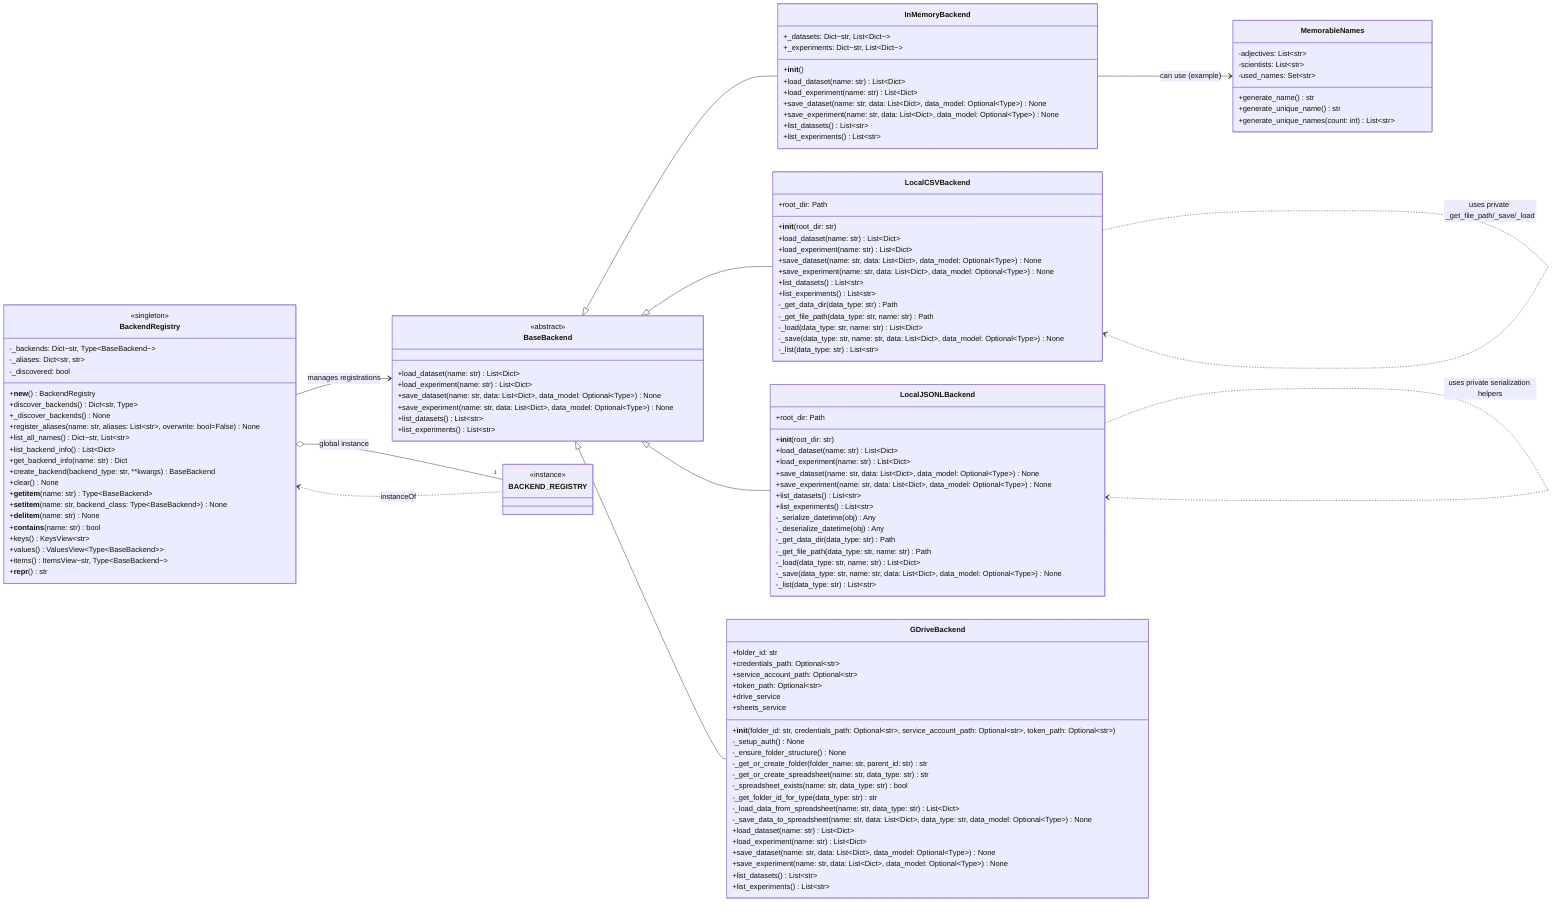
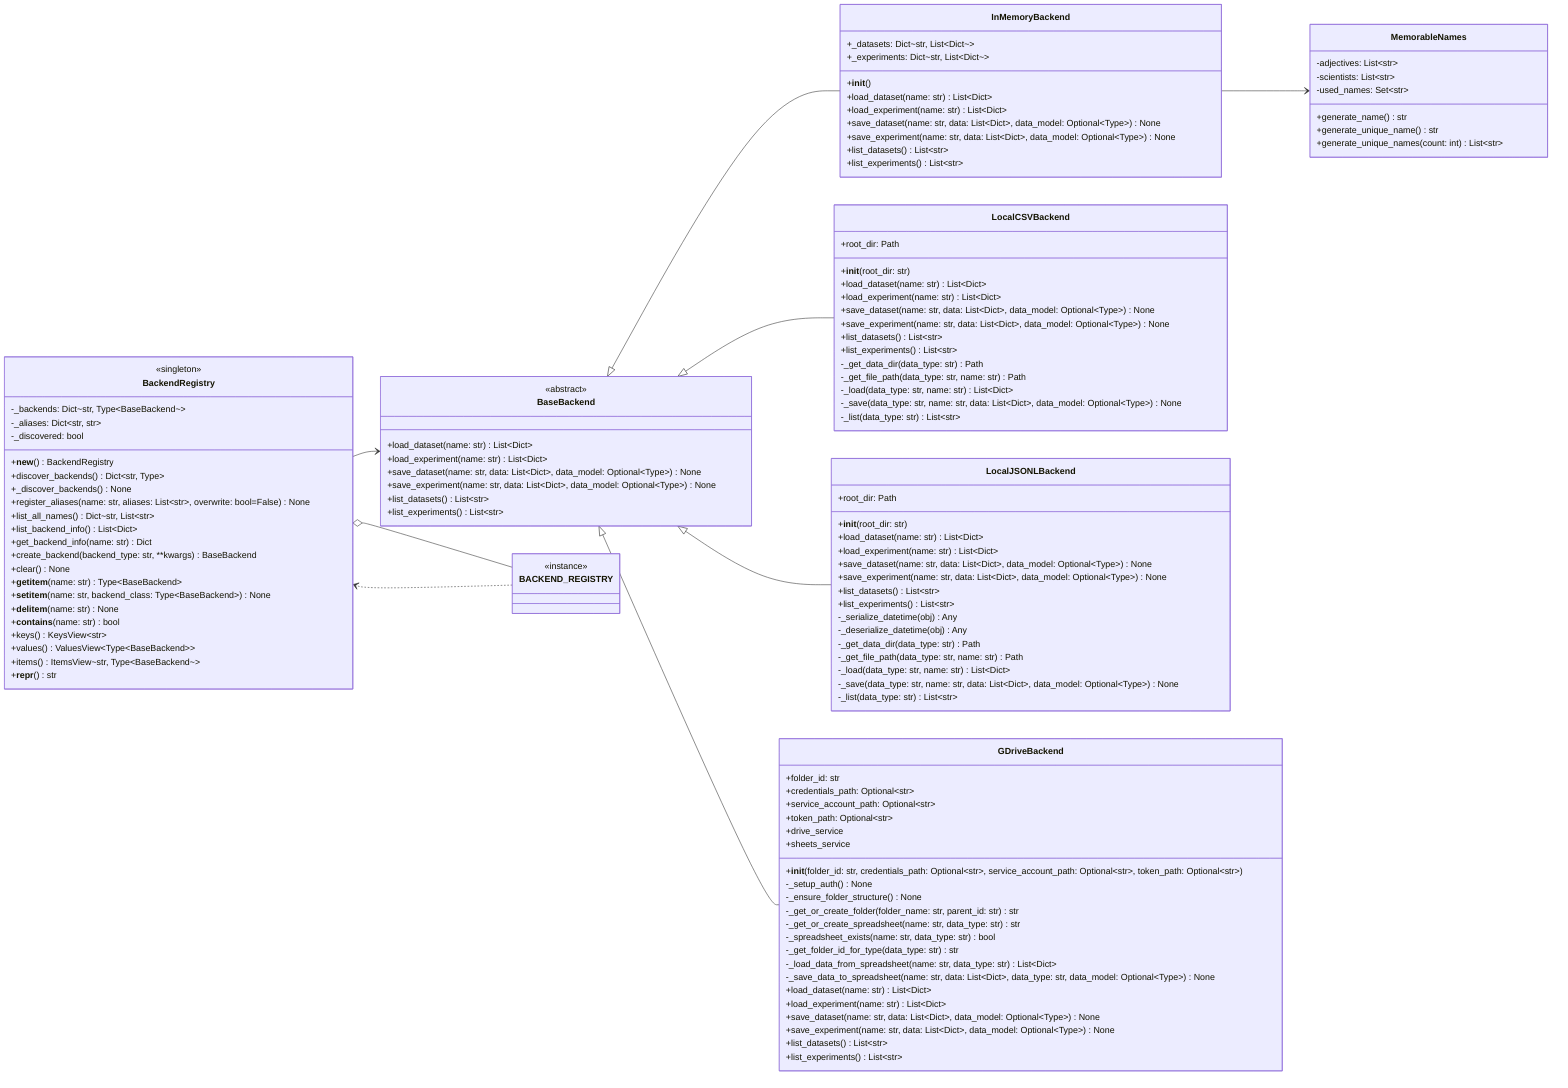
classDiagram
direction LR

%% === Classes ===
class BaseBackend {
  <<abstract>>
  +load_dataset(name: str) List~Dict~
  +load_experiment(name: str) List~Dict~
  +save_dataset(name: str, data: List~Dict~, data_model: Optional~Type~) None
  +save_experiment(name: str, data: List~Dict~, data_model: Optional~Type~) None
  +list_datasets() List~str~
  +list_experiments() List~str~
}

class InMemoryBackend {
  +_datasets: Dict~str, List~Dict~~
  +_experiments: Dict~str, List~Dict~~
  +__init__()
  +load_dataset(name: str) List~Dict~
  +load_experiment(name: str) List~Dict~
  +save_dataset(name: str, data: List~Dict~, data_model: Optional~Type~) None
  +save_experiment(name: str, data: List~Dict~, data_model: Optional~Type~) None
  +list_datasets() List~str~
  +list_experiments() List~str~
}

class LocalCSVBackend {
  +root_dir: Path
  +__init__(root_dir: str)
  +load_dataset(name: str) List~Dict~
  +load_experiment(name: str) List~Dict~
  +save_dataset(name: str, data: List~Dict~, data_model: Optional~Type~) None
  +save_experiment(name: str, data: List~Dict~, data_model: Optional~Type~) None
  +list_datasets() List~str~
  +list_experiments() List~str~
  -_get_data_dir(data_type: str) Path
  -_get_file_path(data_type: str, name: str) Path
  -_load(data_type: str, name: str) List~Dict~
  -_save(data_type: str, name: str, data: List~Dict~, data_model: Optional~Type~) None
  -_list(data_type: str) List~str~
}

class LocalJSONLBackend {
  +root_dir: Path
  +__init__(root_dir: str)
  +load_dataset(name: str) List~Dict~
  +load_experiment(name: str) List~Dict~
  +save_dataset(name: str, data: List~Dict~, data_model: Optional~Type~) None
  +save_experiment(name: str, data: List~Dict~, data_model: Optional~Type~) None
  +list_datasets() List~str~
  +list_experiments() List~str~
  -_serialize_datetime(obj) Any
  -_deserialize_datetime(obj) Any
  -_get_data_dir(data_type: str) Path
  -_get_file_path(data_type: str, name: str) Path
  -_load(data_type: str, name: str) List~Dict~
  -_save(data_type: str, name: str, data: List~Dict~, data_model: Optional~Type~) None
  -_list(data_type: str) List~str~
}

class GDriveBackend {
  +folder_id: str
  +credentials_path: Optional~str~
  +service_account_path: Optional~str~
  +token_path: Optional~str~
  +drive_service
  +sheets_service
  +__init__(folder_id: str, credentials_path: Optional~str~, service_account_path: Optional~str~, token_path: Optional~str~)
  -_setup_auth() None
  -_ensure_folder_structure() None
  -_get_or_create_folder(folder_name: str, parent_id: str) str
  -_get_or_create_spreadsheet(name: str, data_type: str) str
  -_spreadsheet_exists(name: str, data_type: str) bool
  -_get_folder_id_for_type(data_type: str) str
  -_load_data_from_spreadsheet(name: str, data_type: str) List~Dict~
  -_save_data_to_spreadsheet(name: str, data: List~Dict~, data_type: str, data_model: Optional~Type~) None
  +load_dataset(name: str) List~Dict~
  +load_experiment(name: str) List~Dict~
  +save_dataset(name: str, data: List~Dict~, data_model: Optional~Type~) None
  +save_experiment(name: str, data: List~Dict~, data_model: Optional~Type~) None
  +list_datasets() List~str~
  +list_experiments() List~str~
}

class BackendRegistry {
  <<singleton>>
  -_backends: Dict~str, Type~BaseBackend~~
  -_aliases: Dict~str, str~
  -_discovered: bool
  +__new__() BackendRegistry
  +discover_backends() Dict~str, Type~
  +_discover_backends() None
  +register_aliases(name: str, aliases: List~str~, overwrite: bool=False) None
  +list_all_names() Dict~str, List~str~
  +list_backend_info() List~Dict~
  +get_backend_info(name: str) Dict
  +create_backend(backend_type: str, **kwargs) BaseBackend
  +clear() None
  +__getitem__(name: str) Type~BaseBackend~
  +__setitem__(name: str, backend_class: Type~BaseBackend~) None
  +__delitem__(name: str) None
  +__contains__(name: str) bool
  +keys() KeysView~str~
  +values() ValuesView~Type~BaseBackend~~
  +items() ItemsView~str, Type~BaseBackend~~
  +__repr__() str
}

class MemorableNames {
  -adjectives: List~str~
  -scientists: List~str~
  -used_names: Set~str~
  +generate_name() str
  +generate_unique_name() str
  +generate_unique_names(count: int) List~str~
}

%% === Inheritance / relationships ===
BaseBackend <|-- InMemoryBackend
BaseBackend <|-- LocalCSVBackend
BaseBackend <|-- LocalJSONLBackend
BaseBackend <|-- GDriveBackend

%% Backend registry relationships
- BackendRegistry --> BaseBackend : manages registrations
- BackendRegistry o-- "1" BACKEND_REGISTRY : global instance
+ BackendRegistry --> BaseBackend
+ BackendRegistry o-- BACKEND_REGISTRY

class BACKEND_REGISTRY {
  <<instance>>
}
- BACKEND_REGISTRY ..> BackendRegistry : instanceOf
+ BACKEND_REGISTRY ..> BackendRegistry

%% Utility / helper usage
- InMemoryBackend --> MemorableNames : can use (example)
- LocalCSVBackend ..> LocalCSVBackend : uses private _get_file_path/_save/_load
- LocalJSONLBackend ..> LocalJSONLBackend : uses private serialization helpers
+ InMemoryBackend --> MemorableNames
+  serialization helpers
